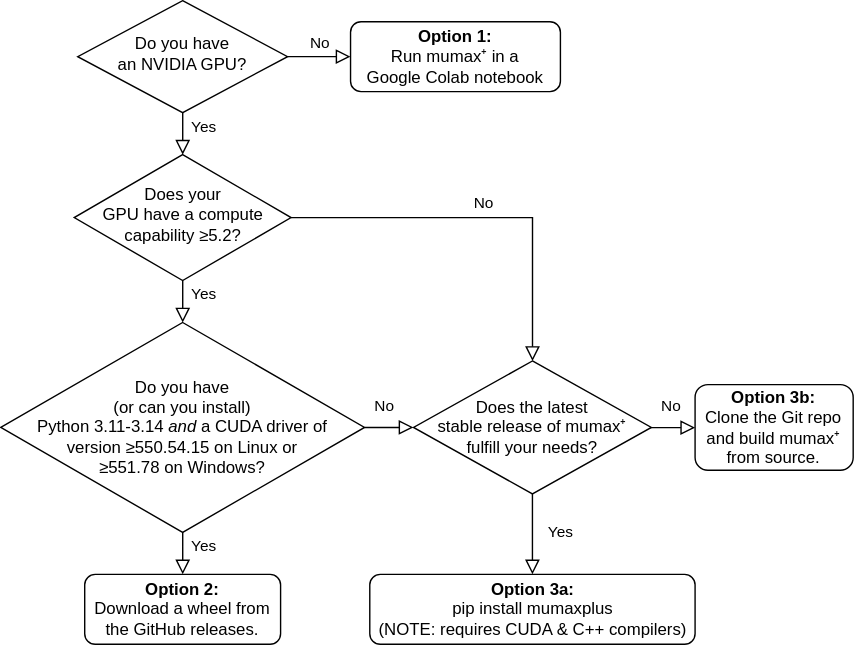
The draw.io diagram docs/diagrams/installation/mumaxplus_installation.svg in jplauzie/mmplus, before a commit. Source tidied: cells renumbered, new cells last; positions are measured from the earlier drawing's top-left corner, leaving out a move shared by most shapes.
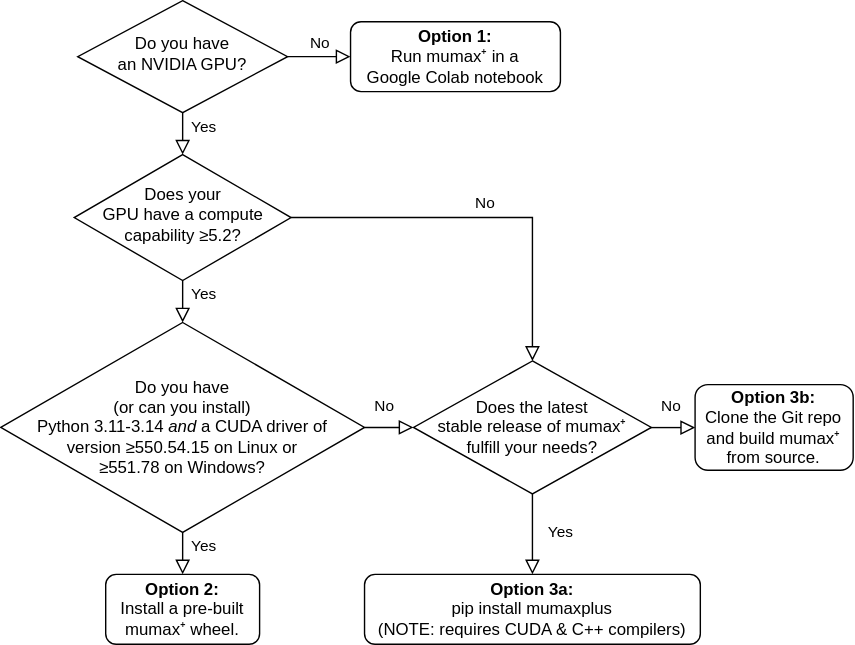
Above is the later version.

Commit message:
Simplify pre-built wheel installation instructions + note about mumaxplus[all]

Change to the diagram source:
```diff
@@ -23,8 +23,8 @@
     <mxCell id="8" value="&lt;div&gt;Does your&lt;/div&gt;&lt;div&gt;GPU have a compute&lt;/div&gt;&lt;div&gt;capability&amp;nbsp;≥5.2?&lt;/div&gt;" style="rhombus;whiteSpace=wrap;html=1;shadow=0;fontFamily=Helvetica;fontSize=12;align=center;strokeWidth=1;spacing=6;spacingTop=-4;" parent="1" vertex="1">
       <mxGeometry x="52.5" y="110" width="155" height="90" as="geometry" />
     </mxCell>
-    <mxCell id="9" value="&lt;div&gt;&lt;b&gt;Option 2:&lt;/b&gt;&lt;/div&gt;&lt;div&gt;Download a wheel from&lt;/div&gt;the GitHub releases." style="rounded=1;whiteSpace=wrap;html=1;fontSize=12;glass=0;strokeWidth=1;shadow=0;" parent="1" vertex="1">
-      <mxGeometry x="60" y="410" width="140" height="50" as="geometry" />
+    <mxCell id="9" value="&lt;div&gt;&lt;b&gt;Option 2:&lt;/b&gt;&lt;/div&gt;&lt;div&gt;Install a pre-built&lt;/div&gt;&lt;div&gt;mumax⁺ wheel.&lt;/div&gt;" style="rounded=1;whiteSpace=wrap;html=1;fontSize=12;glass=0;strokeWidth=1;shadow=0;" parent="1" vertex="1">
+      <mxGeometry x="75" y="410" width="110" height="50" as="geometry" />
     </mxCell>
     <mxCell id="10" value="&lt;div&gt;&lt;b&gt;Option 3b:&lt;/b&gt;&lt;/div&gt;&lt;div&gt;Clone the Git repo&lt;/div&gt;&lt;div&gt;and build mumax⁺&lt;/div&gt;&lt;div&gt;from source.&lt;/div&gt;" style="rounded=1;whiteSpace=wrap;html=1;fontSize=12;glass=0;strokeWidth=1;shadow=0;" parent="1" vertex="1">
       <mxGeometry x="496.2" y="274.4" width="113" height="61.2" as="geometry" />
@@ -45,7 +45,7 @@
       <mxGeometry x="-0.21" y="15" relative="1" as="geometry" />
     </mxCell>
     <mxCell id="16" value="&lt;div&gt;&lt;b&gt;Option 3a:&lt;/b&gt;&lt;/div&gt;&lt;div&gt;pip install mumaxplus&lt;/div&gt;(NOTE: requires CUDA &amp;amp; C++ compilers)" style="rounded=1;whiteSpace=wrap;html=1;fontSize=12;glass=0;strokeWidth=1;shadow=0;" parent="1" vertex="1">
-      <mxGeometry x="263.8" y="410" width="232.5" height="50" as="geometry" />
+      <mxGeometry x="260" y="410" width="240" height="50" as="geometry" />
     </mxCell>
     <mxCell id="17" value="Yes" style="edgeStyle=orthogonalEdgeStyle;rounded=0;html=1;jettySize=auto;fontSize=11;endArrow=block;endFill=0;endSize=8;strokeWidth=1;shadow=0;labelBackgroundColor=none;exitX=0.5;exitY=1;exitDx=0;exitDy=0;entryX=0.5;entryY=0;entryDx=0;entryDy=0;" parent="1" edge="1" source="12" target="16">
       <mxGeometry x="-0.04" y="20" relative="1" as="geometry" />
```
